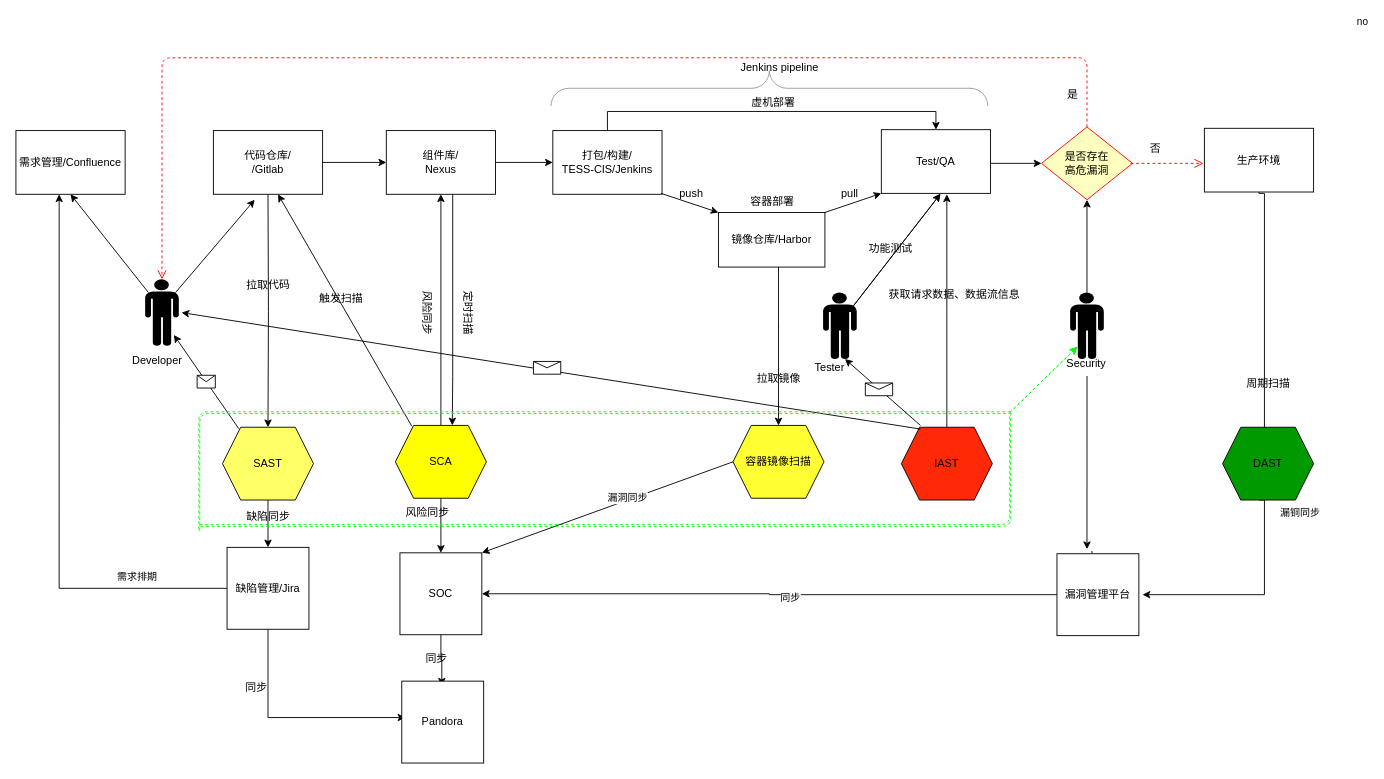
This is Untitled Diagram.drawio from March110/-, a draw.io file, before an edit. Source tidied: cells renumbered, new cells numbered last; positions are measured from the earlier drawing's top-left corner, leaving out a move shared by most shapes. Both pictures are drawn from the tidied source at 91%, with x=0, y=0 at pixel (15, 57).
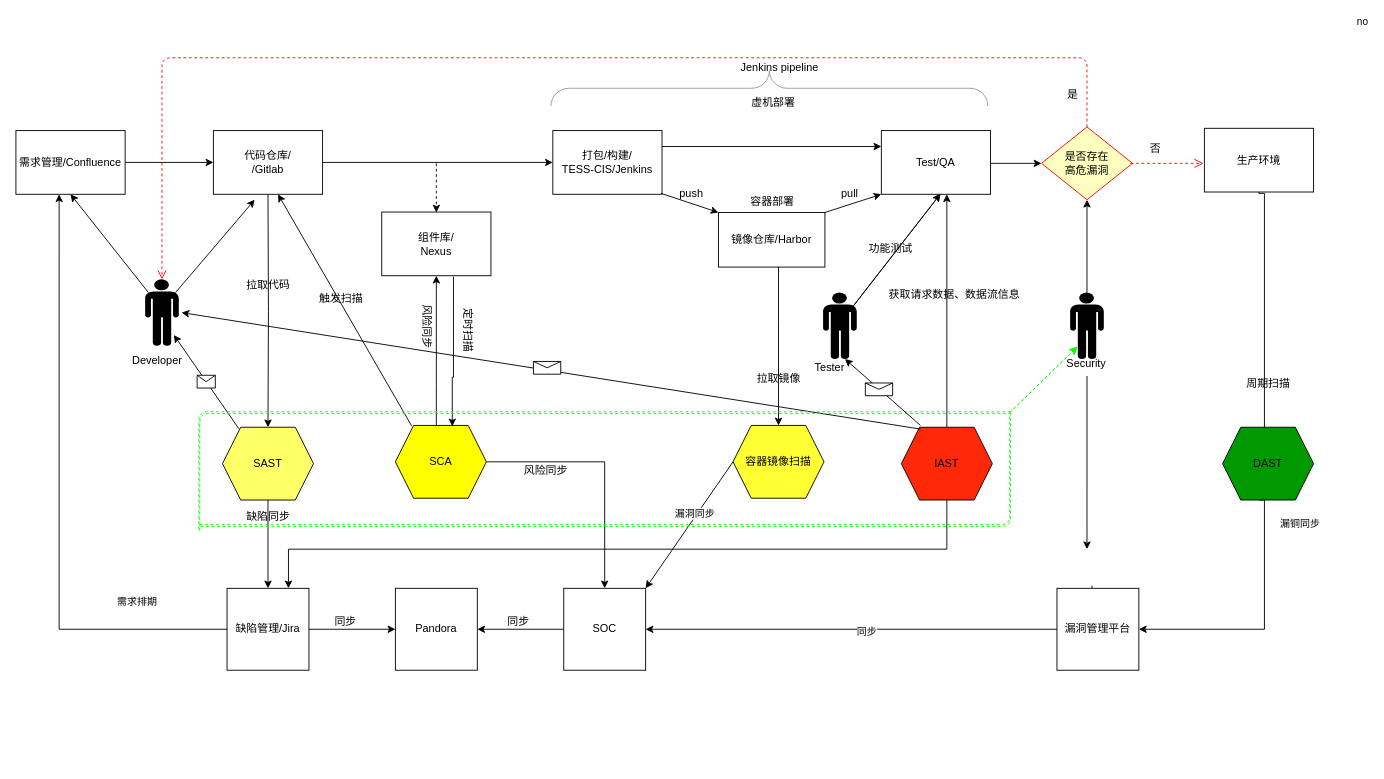
Above is the later version.

Unchanged cells that the change refers to:
```xml
<mxCell id="2" value="需求管理/Confluence" style="rounded=0;whiteSpace=wrap;html=1;font-weight: 600;" parent="1" vertex="1">
  <mxGeometry y="80" width="120" height="70" as="geometry" />
</mxCell>
<mxCell id="5" value="&lt;div&gt;代码仓库/&lt;/div&gt;/Gitlab" style="rounded=0;whiteSpace=wrap;html=1;" parent="1" vertex="1">
  <mxGeometry x="217" y="80" width="120" height="70" as="geometry" />
</mxCell>
<mxCell id="17" value="SCA" style="shape=hexagon;perimeter=hexagonPerimeter2;whiteSpace=wrap;html=1;fixedSize=1;fillColor=#FFFF00;" parent="1" vertex="1">
  <mxGeometry x="417" y="404" width="100" height="80" as="geometry" />
</mxCell>
<mxCell id="19" value="&lt;div&gt;打包/构建/&lt;/div&gt;&lt;div&gt;TESS-CIS/Jenkins&lt;br&gt;&lt;/div&gt;" style="rounded=0;whiteSpace=wrap;html=1;" parent="1" vertex="1">
  <mxGeometry x="590" y="80" width="120" height="70" as="geometry" />
</mxCell>
<mxCell id="22" value="IAST" style="shape=hexagon;perimeter=hexagonPerimeter2;whiteSpace=wrap;html=1;fixedSize=1;fillColor=#FF2908;" parent="1" vertex="1">
  <mxGeometry x="973" y="406" width="100" height="80" as="geometry" />
</mxCell>
```

Diff of the diagram source:
```diff
@@
+    <mxCell id="94" style="edgeStyle=orthogonalEdgeStyle;rounded=0;jettySize=auto;html=1;" parent="1" edge="1" source="2" target="5">
+      <mxGeometry relative="1" as="geometry" />
+    </mxCell>
@@
-    <mxCell id="3" style="edgeStyle=orthogonalEdgeStyle;rounded=0;jettySize=auto;html=1;" parent="1" edge="1" source="5" target="13">
+    <mxCell id="3" style="edgeStyle=orthogonalEdgeStyle;rounded=0;jettySize=auto;html=1;entryX=0;entryY=0.5;entryDx=0;entryDy=0;" parent="1" edge="1" source="5" target="19">
       <mxGeometry relative="1" as="geometry" />
     </mxCell>
@@
-    <mxCell id="8" style="edgeStyle=orthogonalEdgeStyle;rounded=0;jettySize=auto;html=1;" parent="1" edge="1" source="9">
-      <mxGeometry relative="1" as="geometry">
-        <mxPoint x="428" y="725" as="targetPoint" />
-        <Array as="points">
-          <mxPoint x="277" y="725" />
-        </Array>
-      </mxGeometry>
-    </mxCell>
+    <mxCell id="95" style="edgeStyle=orthogonalEdgeStyle;rounded=0;jettySize=auto;html=1;" parent="1" edge="1" source="9" target="61">
+      <mxGeometry relative="1" as="geometry" />
+    </mxCell>
     <mxCell id="9" value="缺陷管理/Jira" style="whiteSpace=wrap;html=1;" parent="1" vertex="1">
-      <mxGeometry x="232" y="538" width="90" height="90" as="geometry" />
+      <mxGeometry x="232" y="583" width="90" height="90" as="geometry" />
     </mxCell>
@@
-    <mxCell id="12" style="edgeStyle=orthogonalEdgeStyle;rounded=0;jettySize=auto;html=1;" parent="1" edge="1" source="13" target="19">
-      <mxGeometry relative="1" as="geometry" />
-    </mxCell>
     <mxCell id="13" value="&lt;div&gt;组件库/&lt;/div&gt;&lt;div&gt;Nexus&lt;/div&gt;" style="rounded=0;whiteSpace=wrap;html=1;" parent="1" vertex="1">
-      <mxGeometry x="407" y="80" width="120" height="70" as="geometry" />
+      <mxGeometry x="402" y="169.5" width="120" height="70" as="geometry" />
     </mxCell>
@@
     <mxCell id="15" style="edgeStyle=orthogonalEdgeStyle;rounded=0;jettySize=auto;html=1;entryX=0.5;entryY=1;entryDx=0;entryDy=0;" parent="1" edge="1" source="17" target="13">
-      <mxGeometry relative="1" as="geometry" />
+      <mxGeometry relative="1" as="geometry">
+        <Array as="points">
+          <mxPoint x="462" y="360" />
+          <mxPoint x="462" y="360" />
+        </Array>
+      </mxGeometry>
     </mxCell>
@@
-    <mxCell id="18" style="edgeStyle=orthogonalEdgeStyle;rounded=0;jettySize=auto;html=1;entryX=0.5;entryY=0;entryDx=0;entryDy=0;exitX=0.5;exitY=0;exitDx=0;exitDy=0;" parent="1" edge="1" source="19" target="20">
+    <mxCell id="18" style="edgeStyle=orthogonalEdgeStyle;rounded=0;jettySize=auto;html=1;entryX=0;entryY=0.25;entryDx=0;entryDy=0;exitX=1;exitY=0.25;exitDx=0;exitDy=0;" parent="1" edge="1" source="19" target="20">
       <mxGeometry relative="1" as="geometry" />
     </mxCell>
@@
     <mxCell id="20" value="&lt;div&gt;Test/QA&lt;br&gt;&lt;/div&gt;" style="rounded=0;whiteSpace=wrap;html=1;" parent="1" vertex="1">
-      <mxGeometry x="951" y="79" width="120" height="70" as="geometry" />
+      <mxGeometry x="951" y="80" width="120" height="70" as="geometry" />
     </mxCell>
@@
+    <mxCell id="96" style="edgeStyle=orthogonalEdgeStyle;rounded=0;jettySize=auto;html=1;entryX=0.75;entryY=0;entryDx=0;entryDy=0;" parent="1" edge="1" source="22" target="9">
+      <mxGeometry relative="1" as="geometry">
+        <Array as="points">
+          <mxPoint x="1023" y="540" />
+          <mxPoint x="299" y="540" />
+        </Array>
+      </mxGeometry>
+    </mxCell>
@@
-    <mxCell id="26" style="edgeStyle=orthogonalEdgeStyle;rounded=0;orthogonalLoop=1;jettySize=auto;html=1;exitX=0.5;exitY=1;exitDx=0;exitDy=0;" parent="1" edge="1">
+    <mxCell id="26" style="edgeStyle=orthogonalEdgeStyle;rounded=0;jettySize=auto;html=1;exitX=0.5;exitY=1;exitDx=0;exitDy=0;entryX=1;entryY=0.5;entryDx=0;entryDy=0;" parent="1" edge="1" target="58">
       <mxGeometry relative="1" as="geometry">
         <mxPoint x="1366" y="486" as="sourcePoint" />
-        <mxPoint x="1238" y="590" as="targetPoint" />
         <Array as="points">
           <mxPoint x="1372" y="486" />
-          <mxPoint x="1372" y="590" />
+          <mxPoint x="1372" y="628" />
         </Array>
       </mxGeometry>
     </mxCell>
@@
     <mxCell id="29" value="定时扫描" style="text;html=1;align=center;verticalAlign=middle;rotation=90;" parent="1" vertex="1">
-      <mxGeometry x="467" y="270" width="60" height="20" as="geometry" />
+      <mxGeometry x="467" y="289" width="60" height="20" as="geometry" />
     </mxCell>
@@
     <mxCell id="57" style="edgeStyle=none;jettySize=auto;html=1;dashed=1;endArrow=none;fillColor=#FF1008;" parent="1" edge="1" source="58">
       <mxGeometry relative="1" as="geometry">
-        <mxPoint x="1182" y="540" as="targetPoint" />
+        <mxPoint x="1182" y="578" as="targetPoint" />
       </mxGeometry>
     </mxCell>
     <mxCell id="58" value="漏洞管理平台" style="whiteSpace=wrap;html=1;" parent="1" vertex="1">
-      <mxGeometry x="1144" y="545" width="90" height="90" as="geometry" />
+      <mxGeometry x="1144" y="583" width="90" height="90" as="geometry" />
     </mxCell>
-    <mxCell id="59" style="edgeStyle=orthogonalEdgeStyle;rounded=0;orthogonalLoop=1;jettySize=auto;html=1;" parent="1" edge="1">
-      <mxGeometry relative="1" as="geometry">
-        <mxPoint x="467" y="633" as="sourcePoint" />
-        <mxPoint x="468" y="690" as="targetPoint" />
-        <Array as="points">
-          <mxPoint x="468" y="662" />
-        </Array>
-      </mxGeometry>
-    </mxCell>
+    <mxCell id="97" style="edgeStyle=orthogonalEdgeStyle;rounded=0;jettySize=auto;html=1;" parent="1" edge="1" source="60" target="61">
+      <mxGeometry relative="1" as="geometry" />
+    </mxCell>
     <mxCell id="60" value="SOC" style="whiteSpace=wrap;html=1;" parent="1" vertex="1">
-      <mxGeometry x="422" y="544" width="90" height="90" as="geometry" />
+      <mxGeometry x="602" y="583" width="90" height="90" as="geometry" />
     </mxCell>
     <mxCell id="61" value="Pandora" style="whiteSpace=wrap;html=1;" parent="1" vertex="1">
-      <mxGeometry x="424" y="685" width="90" height="90" as="geometry" />
+      <mxGeometry x="417" y="583" width="90" height="90" as="geometry" />
     </mxCell>
@@
-    <mxCell id="63" value="同步" style="text;html=1;align=center;verticalAlign=middle;" parent="1" vertex="1">
-      <mxGeometry x="442" y="650" width="40" height="20" as="geometry" />
-    </mxCell>
-    <mxCell id="64" value="同步" style="text;html=1;align=center;verticalAlign=middle;" parent="1" vertex="1">
-      <mxGeometry x="244" y="682" width="40" height="20" as="geometry" />
-    </mxCell>
-    <mxCell id="65" style="edgeStyle=orthogonalEdgeStyle;rounded=0;jettySize=auto;html=1;entryX=0.625;entryY=0;entryDx=0;entryDy=0;" parent="1" edge="1" target="17">
+    <mxCell id="65" style="edgeStyle=orthogonalEdgeStyle;rounded=0;jettySize=auto;html=1;entryX=0.625;entryY=0;entryDx=0;entryDy=0;exitX=0.657;exitY=1.014;exitDx=0;exitDy=0;exitPerimeter=0;" parent="1" edge="1" source="13">
       <mxGeometry relative="1" as="geometry">
-        <mxPoint x="480" y="150" as="sourcePoint" />
+        <mxPoint x="479.5" y="405" as="targetPoint" />
         <Array as="points">
-          <mxPoint x="480" y="350" />
-          <mxPoint x="480" y="350" />
+          <mxPoint x="481" y="351" />
         </Array>
       </mxGeometry>
     </mxCell>
     <mxCell id="66" value="风险同步" style="text;html=1;align=center;verticalAlign=middle;rotation=90;" parent="1" vertex="1">
-      <mxGeometry x="422" y="270" width="60" height="20" as="geometry" />
+      <mxGeometry x="422" y="285" width="60" height="20" as="geometry" />
     </mxCell>
@@
     <mxCell id="80" value="风险同步" style="text;html=1;align=center;verticalAlign=middle;" parent="1" vertex="1">
-      <mxGeometry x="422" y="490" width="60" height="20" as="geometry" />
+      <mxGeometry x="552" y="444" width="60" height="20" as="geometry" />
     </mxCell>
@@
+    <mxCell id="98" style="endArrow=classic;html=1;dashed=1;" parent="1" edge="1">
+      <mxGeometry relative="1" as="geometry">
+        <mxPoint x="462" y="116" as="sourcePoint" />
+        <mxPoint x="462" y="170" as="targetPoint" />
+      </mxGeometry>
+    </mxCell>
+    <mxCell id="99" value="同步" style="text;html=1;align=center;verticalAlign=middle;" parent="1" vertex="1">
+      <mxGeometry x="532" y="610" width="40" height="20" as="geometry" />
+    </mxCell>
+    <mxCell id="100" value="同步" style="text;html=1;align=center;verticalAlign=middle;" parent="1" vertex="1">
+      <mxGeometry x="342" y="610" width="40" height="20" as="geometry" />
+    </mxCell>
```
